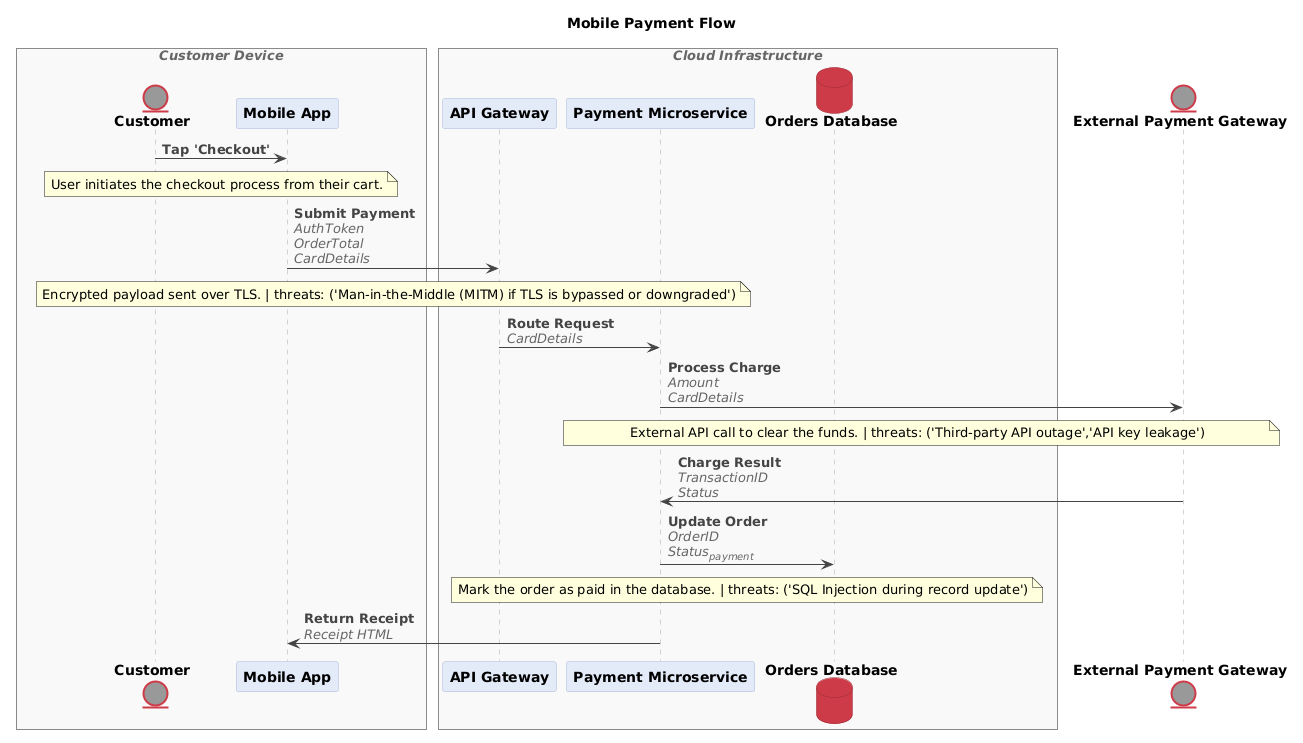
This is examples/complex-seq.png from 27escape/dataflow, a PlantUML export, as it was before one commit.
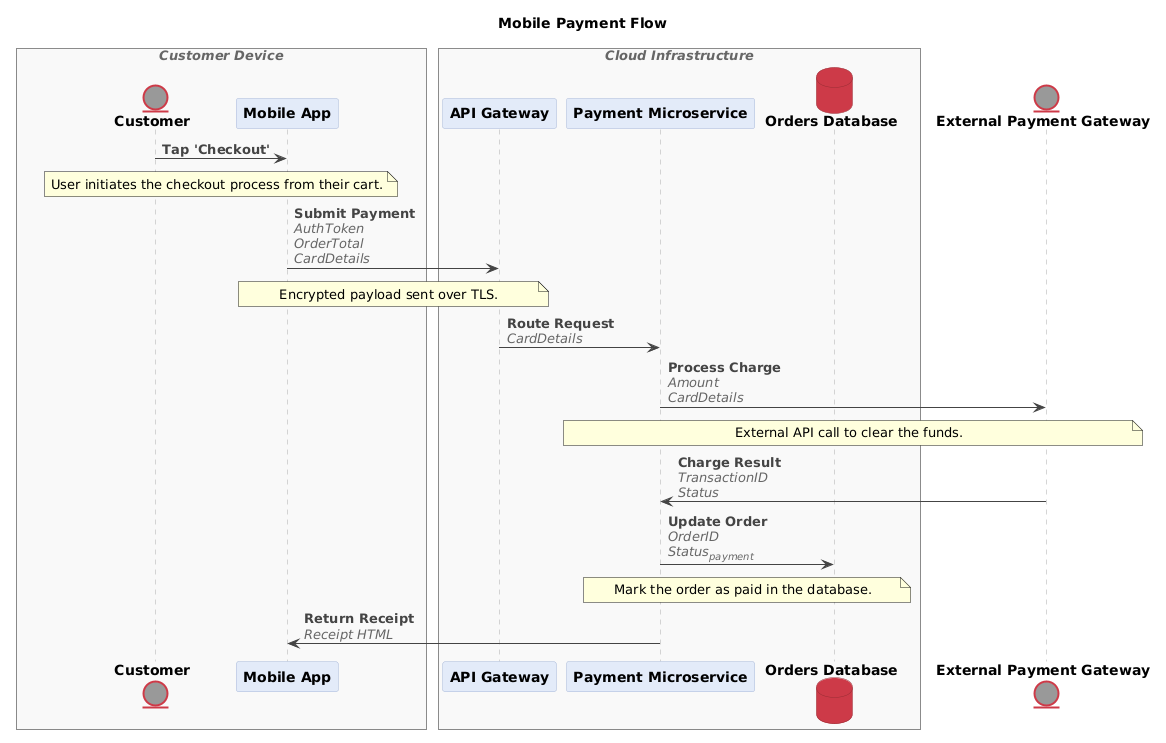
The same file after the commit.

What changed in the source:
```diff
@@ -23,14 +23,14 @@
   end box
   entity "**External Payment Gateway**" as payment_provider
   user -> mobile_app: **<color:#444444>Tap 'Checkout'</color>**
-note over user,mobile_app: User initiates the checkout process from their cart.
+  note over user,mobile_app: User initiates the checkout process from their cart.
   mobile_app -> api_gateway: **<color:#444444>Submit Payment</color>**\n//<color:#666666>AuthToken</color>//\n//<color:#666666>OrderTotal</color>//\n//<color:#666666>CardDetails</color>//
-note over mobile_app,api_gateway: Encrypted payload sent over TLS. | threats: ('Man-in-the-Middle (MITM) if TLS is bypassed or downgraded')
+  note over mobile_app,api_gateway: Encrypted payload sent over TLS.
   api_gateway -> payment_service: **<color:#444444>Route Request</color>**\n//<color:#666666>CardDetails</color>//
   payment_service -> payment_provider: **<color:#444444>Process Charge</color>**\n//<color:#666666>Amount</color>//\n//<color:#666666>CardDetails</color>//
-note over payment_service,payment_provider: External API call to clear the funds. | threats: ('Third-party API outage','API key leakage')
+  note over payment_service,payment_provider: External API call to clear the funds.
   payment_provider -> payment_service: **<color:#444444>Charge Result</color>**\n//<color:#666666>TransactionID</color>//\n//<color:#666666>Status</color>//
   payment_service -> order_db: **<color:#444444>Update Order</color>**\n//<color:#666666>OrderID</color>//\n//<color:#666666>Status<sub>payment</sub></color>//
-note over payment_service,order_db: Mark the order as paid in the database. | threats: ('SQL Injection during record update')
+  note over payment_service,order_db: Mark the order as paid in the database.
   payment_service -> mobile_app: **<color:#444444>Return Receipt</color>**\n//<color:#666666>Receipt HTML</color>//
 @enduml
```
